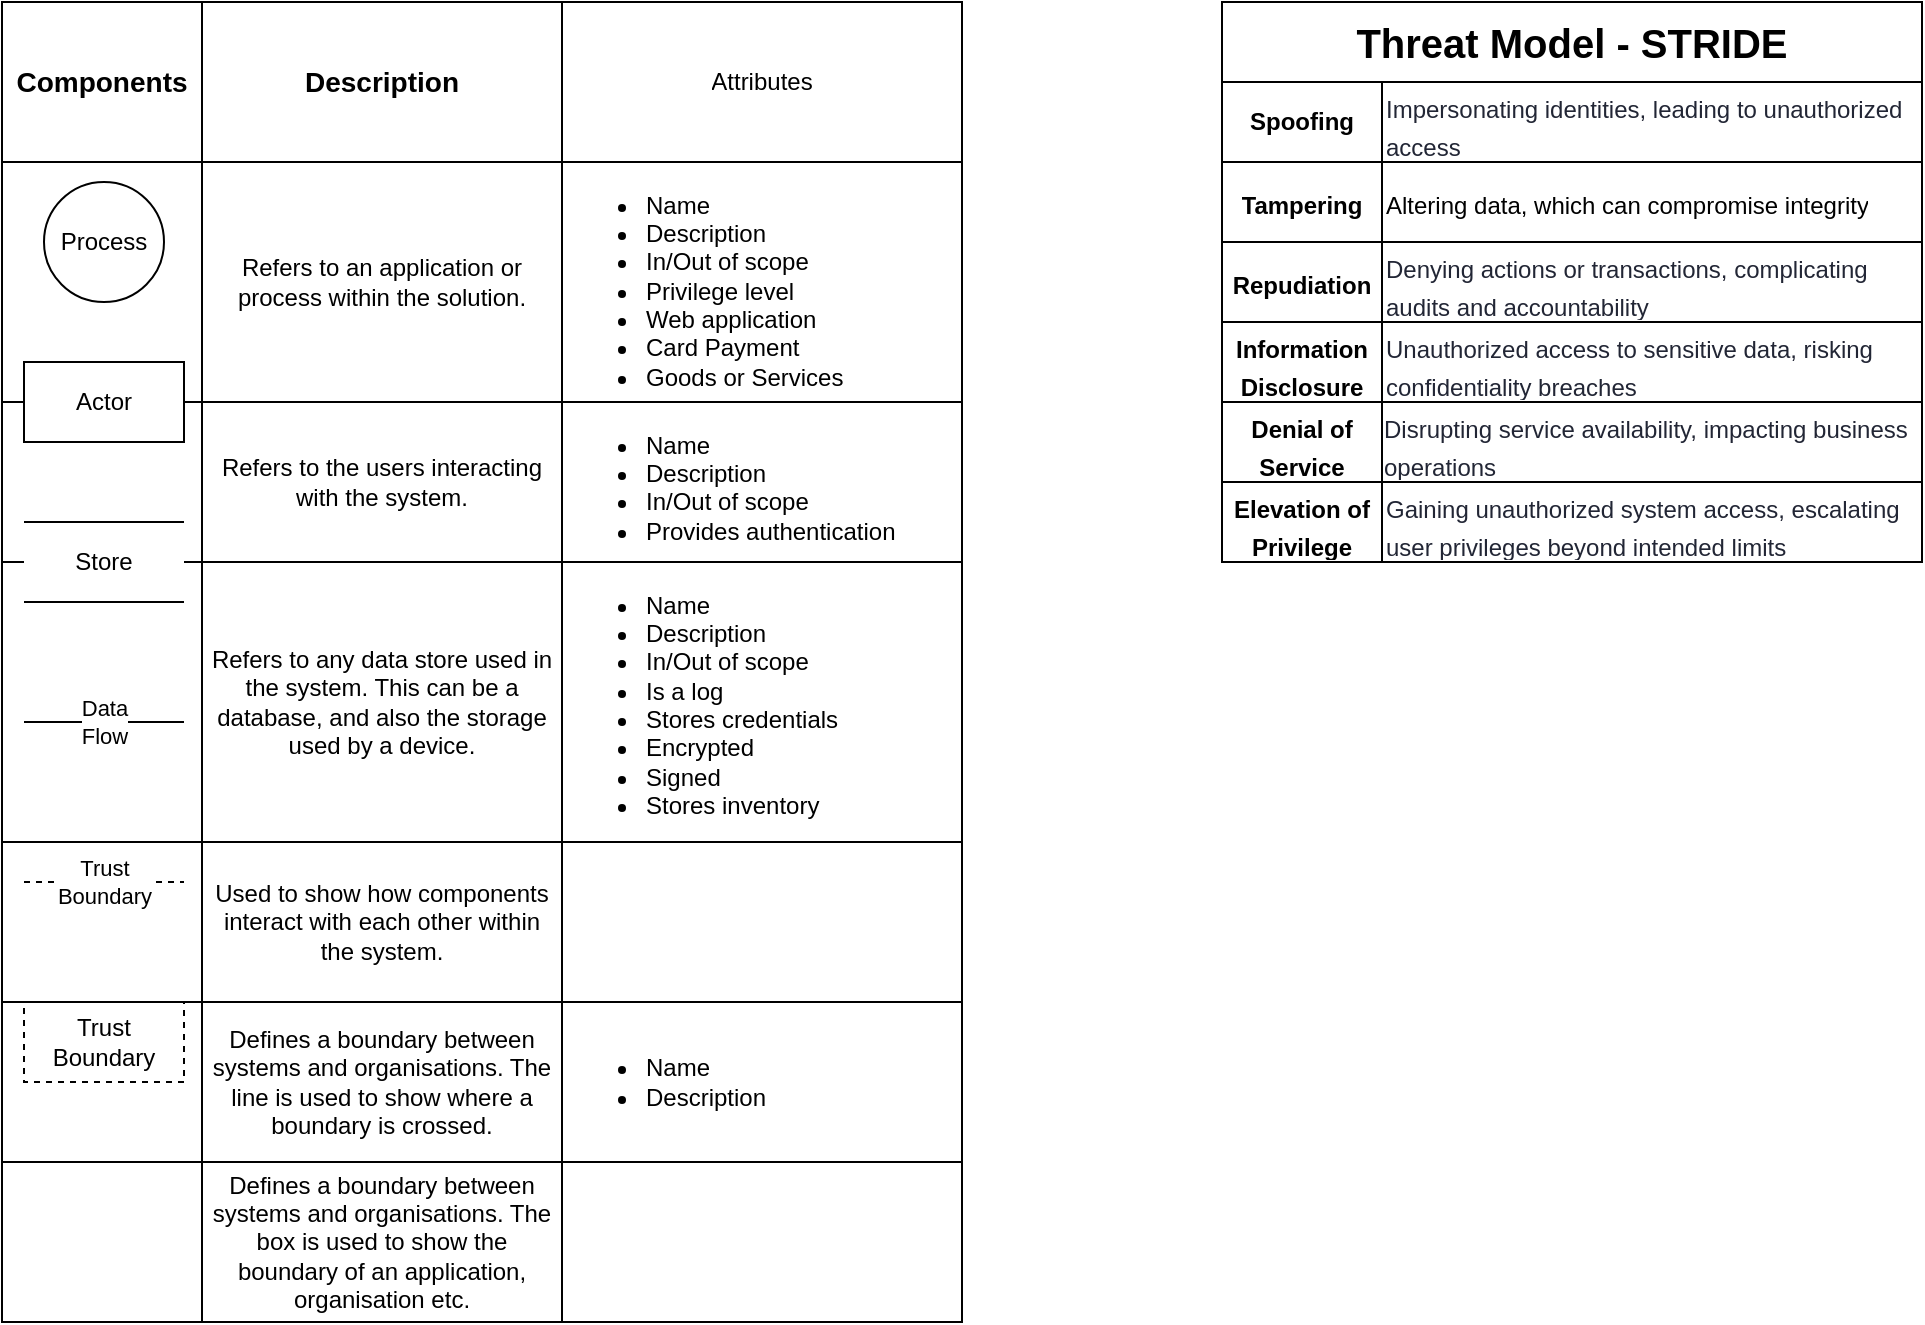
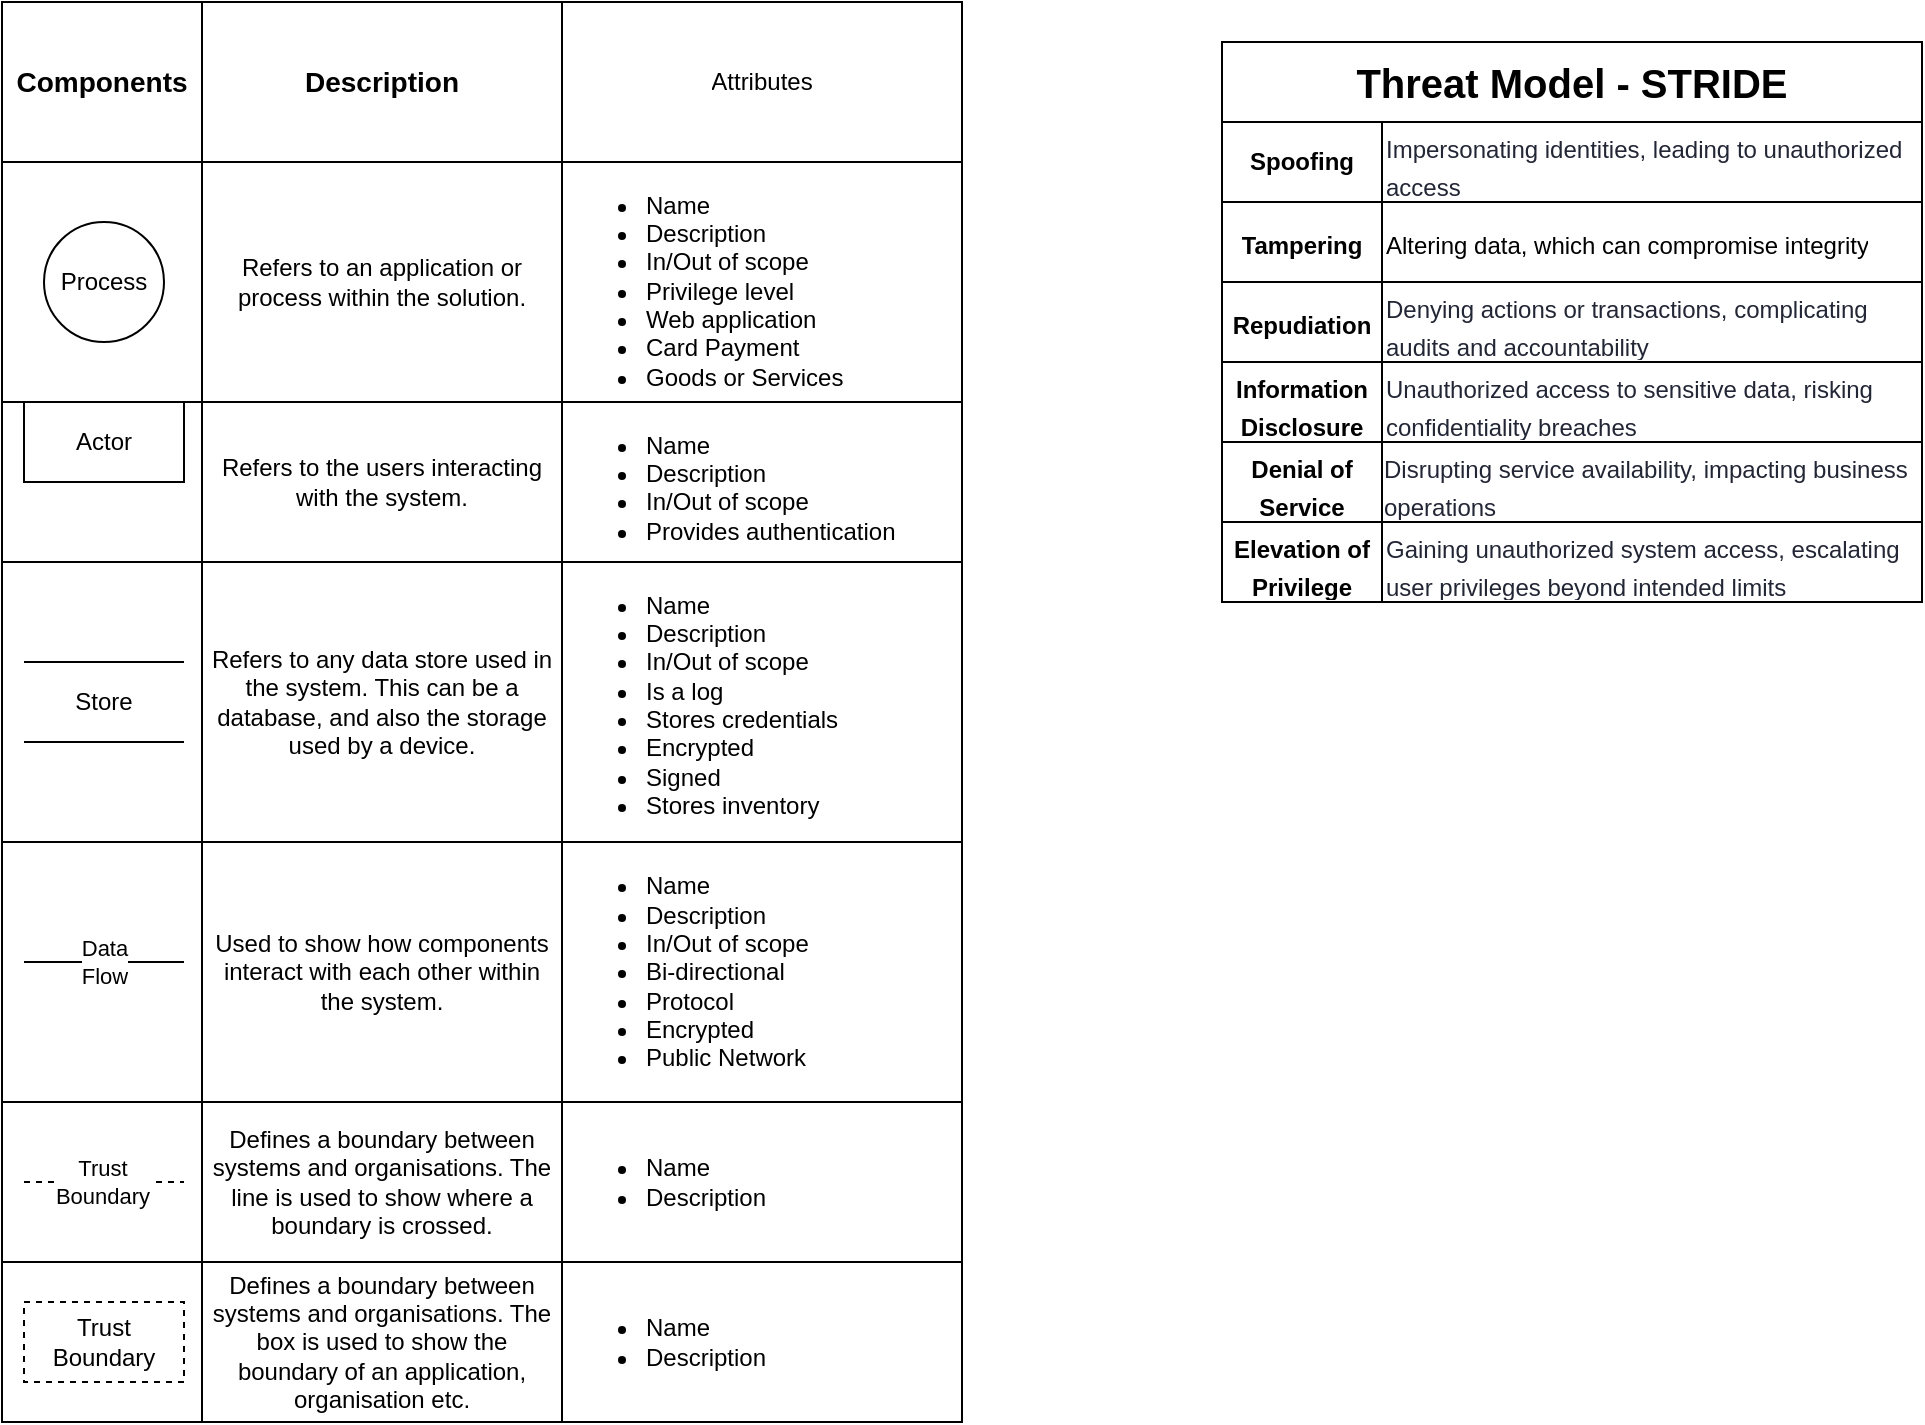
<mxfile host="app.diagrams.net">
  <diagram name="Page-1" id="LUfYaMOZ5GPox6UbmhKn">
    <mxGraphModel dx="1003" dy="679" grid="1" gridSize="10" guides="1" tooltips="1" connect="1" arrows="1" fold="1" page="1" pageScale="1" pageWidth="1169" pageHeight="827" math="0" shadow="0">
      <root>
        <mxCell id="0" />
        <mxCell id="1" parent="0" />
        <mxCell id="i9MEZxg4KkeJskCu2APN-4" parent="1" style="shape=table;startSize=0;container=1;collapsible=0;childLayout=tableLayout;fixedHeader=1;align=left;verticalAlign=top;" value="" vertex="1">
-           <mxGeometry height="660" width="480" x="40" y="40" as="geometry" />
+           <mxGeometry height="710" width="480" x="40" y="20" as="geometry" />
        </mxCell>
        <mxCell id="EMhIjtj1n61WMu614l9y-35" parent="i9MEZxg4KkeJskCu2APN-4" style="shape=tableRow;horizontal=0;startSize=0;swimlaneHead=0;swimlaneBody=0;strokeColor=inherit;top=0;left=0;bottom=0;right=0;collapsible=0;dropTarget=0;fillColor=none;points=[[0,0.5],[1,0.5]];portConstraint=eastwest;fixedHeader=1;" vertex="1">
          <mxGeometry height="80" width="480" as="geometry" />
        </mxCell>
        <mxCell id="EMhIjtj1n61WMu614l9y-36" parent="EMhIjtj1n61WMu614l9y-35" style="shape=partialRectangle;html=1;whiteSpace=wrap;connectable=0;strokeColor=inherit;overflow=hidden;fillColor=none;top=0;left=0;bottom=0;right=0;pointerEvents=1;" value="&lt;b&gt;&lt;font style=&quot;font-size: 14px;&quot;&gt;Components&lt;/font&gt;&lt;/b&gt;" vertex="1">
          <mxGeometry height="80" width="100" as="geometry">
            <mxRectangle height="80" width="100" as="alternateBounds" />
          </mxGeometry>
        </mxCell>
        <mxCell id="EMhIjtj1n61WMu614l9y-37" parent="EMhIjtj1n61WMu614l9y-35" style="shape=partialRectangle;html=1;whiteSpace=wrap;connectable=0;strokeColor=inherit;overflow=hidden;fillColor=none;top=0;left=0;bottom=0;right=0;pointerEvents=1;" value="&lt;font style=&quot;font-size: 14px;&quot;&gt;&lt;b&gt;Description&lt;/b&gt;&lt;/font&gt;" vertex="1">
          <mxGeometry height="80" width="180" x="100" as="geometry">
            <mxRectangle height="80" width="180" as="alternateBounds" />
          </mxGeometry>
        </mxCell>
        <mxCell id="EMhIjtj1n61WMu614l9y-38" parent="EMhIjtj1n61WMu614l9y-35" style="shape=partialRectangle;html=1;whiteSpace=wrap;connectable=0;strokeColor=inherit;overflow=hidden;fillColor=none;top=0;left=0;bottom=0;right=0;pointerEvents=1;" value="Attributes" vertex="1">
          <mxGeometry height="80" width="200" x="280" as="geometry">
            <mxRectangle height="80" width="200" as="alternateBounds" />
          </mxGeometry>
        </mxCell>
        <mxCell id="EMhIjtj1n61WMu614l9y-27" parent="i9MEZxg4KkeJskCu2APN-4" style="shape=tableRow;horizontal=0;startSize=0;swimlaneHead=0;swimlaneBody=0;strokeColor=inherit;top=0;left=0;bottom=0;right=0;collapsible=0;dropTarget=0;fillColor=none;points=[[0,0.5],[1,0.5]];portConstraint=eastwest;fixedHeader=1;" value="" vertex="1">
          <mxGeometry height="120" width="480" y="80" as="geometry" />
        </mxCell>
        <mxCell id="EMhIjtj1n61WMu614l9y-28" parent="EMhIjtj1n61WMu614l9y-27" style="shape=partialRectangle;html=1;whiteSpace=wrap;connectable=0;strokeColor=inherit;overflow=hidden;fillColor=none;top=0;left=0;bottom=0;right=0;pointerEvents=1;" value="" vertex="1">
          <mxGeometry height="120" width="100" as="geometry">
            <mxRectangle height="120" width="100" as="alternateBounds" />
          </mxGeometry>
        </mxCell>
        <mxCell id="EMhIjtj1n61WMu614l9y-29" parent="EMhIjtj1n61WMu614l9y-27" style="shape=partialRectangle;html=1;whiteSpace=wrap;connectable=0;strokeColor=inherit;overflow=hidden;fillColor=none;top=0;left=0;bottom=0;right=0;pointerEvents=1;" value="Refers to an application or process within the solution." vertex="1">
          <mxGeometry height="120" width="180" x="100" as="geometry">
            <mxRectangle height="120" width="180" as="alternateBounds" />
          </mxGeometry>
        </mxCell>
        <mxCell id="EMhIjtj1n61WMu614l9y-30" parent="EMhIjtj1n61WMu614l9y-27" style="shape=partialRectangle;html=1;whiteSpace=wrap;connectable=0;strokeColor=inherit;overflow=hidden;fillColor=none;top=0;left=0;bottom=0;right=0;pointerEvents=1;align=left;verticalAlign=middle;" value="&lt;ul&gt;&lt;li&gt;&lt;font style=&quot;font-size: 12px;&quot;&gt;Name&lt;br&gt;&lt;/font&gt;&lt;/li&gt;&lt;li&gt;&lt;font style=&quot;font-size: 12px;&quot;&gt;Description&lt;br&gt;&lt;/font&gt;&lt;/li&gt;&lt;li&gt;&lt;font style=&quot;font-size: 12px;&quot;&gt;In/Out of scope&lt;br&gt;&lt;/font&gt;&lt;/li&gt;&lt;li&gt;&lt;font style=&quot;font-size: 12px;&quot;&gt;Privilege level&lt;br&gt;&lt;/font&gt;&lt;/li&gt;&lt;li&gt;&lt;font style=&quot;font-size: 12px;&quot;&gt;Web application&lt;br&gt;&lt;/font&gt;&lt;/li&gt;&lt;li&gt;&lt;font style=&quot;font-size: 12px;&quot;&gt;Card Payment&lt;br&gt;&lt;/font&gt;&lt;/li&gt;&lt;li&gt;&lt;font style=&quot;font-size: 12px;&quot;&gt;Goods or Services&lt;/font&gt;&lt;br&gt;&lt;/li&gt;&lt;/ul&gt;" vertex="1">
          <mxGeometry height="120" width="200" x="280" as="geometry">
            <mxRectangle height="120" width="200" as="alternateBounds" />
          </mxGeometry>
        </mxCell>
        <mxCell id="i9MEZxg4KkeJskCu2APN-5" parent="i9MEZxg4KkeJskCu2APN-4" style="shape=tableRow;horizontal=0;startSize=0;swimlaneHead=0;swimlaneBody=0;strokeColor=inherit;top=0;left=0;bottom=0;right=0;collapsible=0;dropTarget=0;fillColor=none;points=[[0,0.5],[1,0.5]];portConstraint=eastwest;fixedHeader=1;" value="" vertex="1">
          <mxGeometry height="80" width="480" y="200" as="geometry" />
        </mxCell>
        <mxCell id="i9MEZxg4KkeJskCu2APN-6" parent="i9MEZxg4KkeJskCu2APN-5" style="shape=partialRectangle;html=1;whiteSpace=wrap;connectable=0;strokeColor=inherit;overflow=hidden;fillColor=none;top=0;left=0;bottom=0;right=0;pointerEvents=1;" value="" vertex="1">
          <mxGeometry height="80" width="100" as="geometry">
            <mxRectangle height="80" width="100" as="alternateBounds" />
          </mxGeometry>
        </mxCell>
        <mxCell id="i9MEZxg4KkeJskCu2APN-7" parent="i9MEZxg4KkeJskCu2APN-5" style="shape=partialRectangle;html=1;whiteSpace=wrap;connectable=0;strokeColor=inherit;overflow=hidden;fillColor=none;top=0;left=0;bottom=0;right=0;pointerEvents=1;" value="Refers to the users interacting with the system." vertex="1">
          <mxGeometry height="80" width="180" x="100" as="geometry">
            <mxRectangle height="80" width="180" as="alternateBounds" />
          </mxGeometry>
        </mxCell>
        <mxCell id="EMhIjtj1n61WMu614l9y-5" parent="i9MEZxg4KkeJskCu2APN-5" style="shape=partialRectangle;html=1;whiteSpace=wrap;connectable=0;strokeColor=inherit;overflow=hidden;fillColor=none;top=0;left=0;bottom=0;right=0;pointerEvents=1;align=left;" value="&lt;ul&gt;&lt;li&gt;Name&lt;br&gt;&lt;/li&gt;&lt;li&gt;Description&lt;/li&gt;&lt;li&gt;In/Out of scope&lt;/li&gt;&lt;li&gt;Provides authentication&lt;/li&gt;&lt;/ul&gt;" vertex="1">
          <mxGeometry height="80" width="200" x="280" as="geometry">
            <mxRectangle height="80" width="200" as="alternateBounds" />
          </mxGeometry>
        </mxCell>
        <mxCell id="i9MEZxg4KkeJskCu2APN-8" parent="i9MEZxg4KkeJskCu2APN-4" style="shape=tableRow;horizontal=0;startSize=0;swimlaneHead=0;swimlaneBody=0;strokeColor=inherit;top=0;left=0;bottom=0;right=0;collapsible=0;dropTarget=0;fillColor=none;points=[[0,0.5],[1,0.5]];portConstraint=eastwest;fixedHeader=1;" value="" vertex="1">
          <mxGeometry height="140" width="480" y="280" as="geometry" />
        </mxCell>
        <mxCell id="i9MEZxg4KkeJskCu2APN-9" parent="i9MEZxg4KkeJskCu2APN-8" style="shape=partialRectangle;html=1;whiteSpace=wrap;connectable=0;strokeColor=inherit;overflow=hidden;fillColor=none;top=0;left=0;bottom=0;right=0;pointerEvents=1;" value="" vertex="1">
          <mxGeometry height="140" width="100" as="geometry">
            <mxRectangle height="140" width="100" as="alternateBounds" />
          </mxGeometry>
        </mxCell>
        <mxCell id="i9MEZxg4KkeJskCu2APN-10" parent="i9MEZxg4KkeJskCu2APN-8" style="shape=partialRectangle;html=1;whiteSpace=wrap;connectable=0;strokeColor=inherit;overflow=hidden;fillColor=none;top=0;left=0;bottom=0;right=0;pointerEvents=1;" value="Refers to any data store used in the system. This can be a database, and also the storage used by a device." vertex="1">
          <mxGeometry height="140" width="180" x="100" as="geometry">
            <mxRectangle height="140" width="180" as="alternateBounds" />
          </mxGeometry>
        </mxCell>
        <mxCell id="EMhIjtj1n61WMu614l9y-6" parent="i9MEZxg4KkeJskCu2APN-8" style="shape=partialRectangle;html=1;whiteSpace=wrap;connectable=0;strokeColor=inherit;overflow=hidden;fillColor=none;top=0;left=0;bottom=0;right=0;pointerEvents=1;align=left;" value="&lt;ul&gt;&lt;li&gt;Name&lt;/li&gt;&lt;li&gt;Description&lt;/li&gt;&lt;li&gt;In/Out of scope&lt;/li&gt;&lt;li&gt;Is a log&lt;/li&gt;&lt;li&gt;Stores credentials&lt;/li&gt;&lt;li&gt;Encrypted&lt;/li&gt;&lt;li&gt;Signed&lt;/li&gt;&lt;li&gt;Stores inventory&lt;/li&gt;&lt;/ul&gt;" vertex="1">
          <mxGeometry height="140" width="200" x="280" as="geometry">
            <mxRectangle height="140" width="200" as="alternateBounds" />
          </mxGeometry>
        </mxCell>
        <mxCell id="i9MEZxg4KkeJskCu2APN-11" parent="i9MEZxg4KkeJskCu2APN-4" style="shape=tableRow;horizontal=0;startSize=0;swimlaneHead=0;swimlaneBody=0;strokeColor=inherit;top=0;left=0;bottom=0;right=0;collapsible=0;dropTarget=0;fillColor=none;points=[[0,0.5],[1,0.5]];portConstraint=eastwest;fixedHeader=1;" value="" vertex="1">
-           <mxGeometry height="80" width="480" y="420" as="geometry" />
+           <mxGeometry height="130" width="480" y="420" as="geometry" />
        </mxCell>
        <mxCell id="i9MEZxg4KkeJskCu2APN-12" parent="i9MEZxg4KkeJskCu2APN-11" style="shape=partialRectangle;html=1;whiteSpace=wrap;connectable=0;strokeColor=inherit;overflow=hidden;fillColor=none;top=0;left=0;bottom=0;right=0;pointerEvents=1;" value="" vertex="1">
-           <mxGeometry height="80" width="100" as="geometry">
-             <mxRectangle height="80" width="100" as="alternateBounds" />
+           <mxGeometry height="130" width="100" as="geometry">
+             <mxRectangle height="130" width="100" as="alternateBounds" />
          </mxGeometry>
        </mxCell>
        <mxCell id="i9MEZxg4KkeJskCu2APN-13" parent="i9MEZxg4KkeJskCu2APN-11" style="shape=partialRectangle;html=1;whiteSpace=wrap;connectable=0;strokeColor=inherit;overflow=hidden;fillColor=none;top=0;left=0;bottom=0;right=0;pointerEvents=1;" value="Used to show how components interact with each other within the system." vertex="1">
-           <mxGeometry height="80" width="180" x="100" as="geometry">
-             <mxRectangle height="80" width="180" as="alternateBounds" />
-           </mxGeometry>
-         </mxCell>
-         <mxCell id="EMhIjtj1n61WMu614l9y-7" parent="i9MEZxg4KkeJskCu2APN-11" style="shape=partialRectangle;html=1;whiteSpace=wrap;connectable=0;strokeColor=inherit;overflow=hidden;fillColor=none;top=0;left=0;bottom=0;right=0;pointerEvents=1;" vertex="1">
-           <mxGeometry height="80" width="200" x="280" as="geometry">
-             <mxRectangle height="80" width="200" as="alternateBounds" />
+           <mxGeometry height="130" width="180" x="100" as="geometry">
+             <mxRectangle height="130" width="180" as="alternateBounds" />
+           </mxGeometry>
+         </mxCell>
+         <mxCell id="EMhIjtj1n61WMu614l9y-7" parent="i9MEZxg4KkeJskCu2APN-11" style="shape=partialRectangle;html=1;whiteSpace=wrap;connectable=0;strokeColor=inherit;overflow=hidden;fillColor=none;top=0;left=0;bottom=0;right=0;pointerEvents=1;align=left;" value="&lt;ul&gt;&lt;li&gt;Name&lt;/li&gt;&lt;li&gt;Description&lt;/li&gt;&lt;li&gt;In/Out of scope&lt;/li&gt;&lt;li&gt;Bi-directional&lt;/li&gt;&lt;li&gt;Protocol&lt;/li&gt;&lt;li&gt;Encrypted&lt;/li&gt;&lt;li&gt;Public Network&lt;/li&gt;&lt;/ul&gt;" vertex="1">
+           <mxGeometry height="130" width="200" x="280" as="geometry">
+             <mxRectangle height="130" width="200" as="alternateBounds" />
          </mxGeometry>
        </mxCell>
        <mxCell id="i9MEZxg4KkeJskCu2APN-14" parent="i9MEZxg4KkeJskCu2APN-4" style="shape=tableRow;horizontal=0;startSize=0;swimlaneHead=0;swimlaneBody=0;strokeColor=inherit;top=0;left=0;bottom=0;right=0;collapsible=0;dropTarget=0;fillColor=none;points=[[0,0.5],[1,0.5]];portConstraint=eastwest;fixedHeader=1;" value="" vertex="1">
-           <mxGeometry height="80" width="480" y="500" as="geometry" />
+           <mxGeometry height="80" width="480" y="550" as="geometry" />
        </mxCell>
        <mxCell id="i9MEZxg4KkeJskCu2APN-15" parent="i9MEZxg4KkeJskCu2APN-14" style="shape=partialRectangle;html=1;whiteSpace=wrap;connectable=0;strokeColor=inherit;overflow=hidden;fillColor=none;top=0;left=0;bottom=0;right=0;pointerEvents=1;" value="" vertex="1">
          <mxGeometry height="80" width="100" as="geometry">
            <mxRectangle height="80" width="100" as="alternateBounds" />
          </mxGeometry>
        </mxCell>
        <mxCell id="i9MEZxg4KkeJskCu2APN-16" parent="i9MEZxg4KkeJskCu2APN-14" style="shape=partialRectangle;html=1;whiteSpace=wrap;connectable=0;strokeColor=inherit;overflow=hidden;fillColor=none;top=0;left=0;bottom=0;right=0;pointerEvents=1;" value="Defines a boundary between systems and organisations. The line is used to show where a boundary is crossed." vertex="1">
          <mxGeometry height="80" width="180" x="100" as="geometry">
            <mxRectangle height="80" width="180" as="alternateBounds" />
          </mxGeometry>
        </mxCell>
        <mxCell id="EMhIjtj1n61WMu614l9y-8" parent="i9MEZxg4KkeJskCu2APN-14" style="shape=partialRectangle;html=1;whiteSpace=wrap;connectable=0;strokeColor=inherit;overflow=hidden;fillColor=none;top=0;left=0;bottom=0;right=0;pointerEvents=1;align=left;" value="&lt;ul&gt;&lt;li&gt;Name&lt;br&gt;&lt;/li&gt;&lt;li&gt;Description&lt;br&gt;&lt;/li&gt;&lt;/ul&gt;" vertex="1">
          <mxGeometry height="80" width="200" x="280" as="geometry">
            <mxRectangle height="80" width="200" as="alternateBounds" />
          </mxGeometry>
        </mxCell>
        <mxCell id="i9MEZxg4KkeJskCu2APN-17" parent="i9MEZxg4KkeJskCu2APN-4" style="shape=tableRow;horizontal=0;startSize=0;swimlaneHead=0;swimlaneBody=0;strokeColor=inherit;top=0;left=0;bottom=0;right=0;collapsible=0;dropTarget=0;fillColor=none;points=[[0,0.5],[1,0.5]];portConstraint=eastwest;fixedHeader=1;" value="" vertex="1">
-           <mxGeometry height="80" width="480" y="580" as="geometry" />
+           <mxGeometry height="80" width="480" y="630" as="geometry" />
        </mxCell>
        <mxCell id="i9MEZxg4KkeJskCu2APN-18" parent="i9MEZxg4KkeJskCu2APN-17" style="shape=partialRectangle;html=1;whiteSpace=wrap;connectable=0;strokeColor=inherit;overflow=hidden;fillColor=none;top=0;left=0;bottom=0;right=0;pointerEvents=1;" value="" vertex="1">
          <mxGeometry height="80" width="100" as="geometry">
            <mxRectangle height="80" width="100" as="alternateBounds" />
          </mxGeometry>
        </mxCell>
        <mxCell id="i9MEZxg4KkeJskCu2APN-19" parent="i9MEZxg4KkeJskCu2APN-17" style="shape=partialRectangle;html=1;whiteSpace=wrap;connectable=0;strokeColor=inherit;overflow=hidden;fillColor=none;top=0;left=0;bottom=0;right=0;pointerEvents=1;" value="Defines a boundary between systems and organisations. The box is used to show the boundary of an application, organisation etc." vertex="1">
          <mxGeometry height="80" width="180" x="100" as="geometry">
            <mxRectangle height="80" width="180" as="alternateBounds" />
          </mxGeometry>
        </mxCell>
-         <mxCell id="EMhIjtj1n61WMu614l9y-9" parent="i9MEZxg4KkeJskCu2APN-17" style="shape=partialRectangle;html=1;whiteSpace=wrap;connectable=0;strokeColor=inherit;overflow=hidden;fillColor=none;top=0;left=0;bottom=0;right=0;pointerEvents=1;" vertex="1">
+         <mxCell id="EMhIjtj1n61WMu614l9y-9" parent="i9MEZxg4KkeJskCu2APN-17" style="shape=partialRectangle;html=1;whiteSpace=wrap;connectable=0;strokeColor=inherit;overflow=hidden;fillColor=none;top=0;left=0;bottom=0;right=0;pointerEvents=1;align=left;" value="&lt;div&gt;&lt;ul&gt;&lt;li&gt;Name&lt;br&gt;&lt;/li&gt;&lt;li&gt;Description&lt;br&gt;&lt;/li&gt;&lt;/ul&gt;&lt;/div&gt;" vertex="1">
          <mxGeometry height="80" width="200" x="280" as="geometry">
            <mxRectangle height="80" width="200" as="alternateBounds" />
          </mxGeometry>
        </mxCell>
        <mxCell id="M_fBX4zBRpyhF5hZAxOK-1" parent="1" style="ellipse;whiteSpace=wrap;html=1;direction=west;" value="Process" vertex="1">
          <mxGeometry height="60" width="60" x="61" y="130" as="geometry" />
        </mxCell>
        <mxCell id="M_fBX4zBRpyhF5hZAxOK-2" parent="1" style="rounded=0;whiteSpace=wrap;html=1;" value="Actor" vertex="1">
          <mxGeometry height="40" width="80" x="51" y="220" as="geometry" />
        </mxCell>
        <mxCell id="M_fBX4zBRpyhF5hZAxOK-11" parent="1" style="shape=table;startSize=0;container=1;collapsible=0;childLayout=tableLayout;fontSize=12;" value="" vertex="1">
          <mxGeometry height="280" width="350" x="650" y="40" as="geometry" />
        </mxCell>
        <mxCell id="i9MEZxg4KkeJskCu2APN-1" parent="M_fBX4zBRpyhF5hZAxOK-11" style="shape=tableRow;horizontal=0;startSize=0;swimlaneHead=0;swimlaneBody=0;strokeColor=inherit;top=0;left=0;bottom=0;right=0;collapsible=0;dropTarget=0;fillColor=none;points=[[0,0.5],[1,0.5]];portConstraint=eastwest;fontSize=16;" vertex="1">
          <mxGeometry height="40" width="350" as="geometry" />
        </mxCell>
        <mxCell id="i9MEZxg4KkeJskCu2APN-2" parent="i9MEZxg4KkeJskCu2APN-1" style="shape=partialRectangle;html=1;whiteSpace=wrap;connectable=0;strokeColor=inherit;overflow=hidden;fillColor=none;top=0;left=0;bottom=0;right=0;pointerEvents=1;fontSize=12;rowspan=1;colspan=2;" value="&lt;b&gt;&lt;font style=&quot;font-size: 20px;&quot;&gt;Threat Model - STRIDE&lt;/font&gt;&lt;/b&gt;" vertex="1">
          <mxGeometry height="40" width="350" as="geometry">
            <mxRectangle height="40" width="80" as="alternateBounds" />
          </mxGeometry>
        </mxCell>
        <mxCell id="i9MEZxg4KkeJskCu2APN-3" parent="i9MEZxg4KkeJskCu2APN-1" style="shape=partialRectangle;html=1;whiteSpace=wrap;connectable=0;strokeColor=inherit;overflow=hidden;fillColor=none;top=0;left=0;bottom=0;right=0;pointerEvents=1;fontSize=16;align=left;" vertex="1" visible="0">
          <mxGeometry height="40" width="270" x="80" as="geometry">
            <mxRectangle height="40" width="270" as="alternateBounds" />
          </mxGeometry>
        </mxCell>
        <mxCell id="M_fBX4zBRpyhF5hZAxOK-12" parent="M_fBX4zBRpyhF5hZAxOK-11" style="shape=tableRow;horizontal=0;startSize=0;swimlaneHead=0;swimlaneBody=0;strokeColor=inherit;top=0;left=0;bottom=0;right=0;collapsible=0;dropTarget=0;fillColor=none;points=[[0,0.5],[1,0.5]];portConstraint=eastwest;fontSize=16;" value="" vertex="1">
          <mxGeometry height="40" width="350" y="40" as="geometry" />
        </mxCell>
        <mxCell id="M_fBX4zBRpyhF5hZAxOK-13" parent="M_fBX4zBRpyhF5hZAxOK-12" style="shape=partialRectangle;html=1;whiteSpace=wrap;connectable=0;strokeColor=inherit;overflow=hidden;fillColor=none;top=0;left=0;bottom=0;right=0;pointerEvents=1;fontSize=12;" value="&lt;font&gt;&lt;b&gt;Spoofing&lt;/b&gt;&lt;/font&gt;" vertex="1">
          <mxGeometry height="40" width="80" as="geometry">
            <mxRectangle height="40" width="80" as="alternateBounds" />
          </mxGeometry>
        </mxCell>
        <mxCell id="M_fBX4zBRpyhF5hZAxOK-14" parent="M_fBX4zBRpyhF5hZAxOK-12" style="shape=partialRectangle;html=1;whiteSpace=wrap;connectable=0;strokeColor=inherit;overflow=hidden;fillColor=none;top=0;left=0;bottom=0;right=0;pointerEvents=1;fontSize=16;align=left;" value="&lt;span style=&quot;caret-color: rgb(34, 38, 53); color: rgb(34, 38, 53);&quot;&gt;&lt;font style=&quot;font-size: 12px;&quot;&gt;Impersonating identities, leading to unauthorized access&lt;/font&gt;&lt;/span&gt;" vertex="1">
          <mxGeometry height="40" width="270" x="80" as="geometry">
            <mxRectangle height="40" width="270" as="alternateBounds" />
          </mxGeometry>
        </mxCell>
        <mxCell id="M_fBX4zBRpyhF5hZAxOK-16" parent="M_fBX4zBRpyhF5hZAxOK-11" style="shape=tableRow;horizontal=0;startSize=0;swimlaneHead=0;swimlaneBody=0;strokeColor=inherit;top=0;left=0;bottom=0;right=0;collapsible=0;dropTarget=0;fillColor=none;points=[[0,0.5],[1,0.5]];portConstraint=eastwest;fontSize=16;" value="" vertex="1">
          <mxGeometry height="40" width="350" y="80" as="geometry" />
        </mxCell>
        <mxCell id="M_fBX4zBRpyhF5hZAxOK-17" parent="M_fBX4zBRpyhF5hZAxOK-16" style="shape=partialRectangle;html=1;whiteSpace=wrap;connectable=0;strokeColor=inherit;overflow=hidden;fillColor=none;top=0;left=0;bottom=0;right=0;pointerEvents=1;fontSize=16;" value="&lt;font style=&quot;font-size: 12px;&quot;&gt;&lt;b&gt;Tampering&lt;/b&gt;&lt;/font&gt;" vertex="1">
          <mxGeometry height="40" width="80" as="geometry">
            <mxRectangle height="40" width="80" as="alternateBounds" />
          </mxGeometry>
        </mxCell>
        <mxCell id="M_fBX4zBRpyhF5hZAxOK-18" parent="M_fBX4zBRpyhF5hZAxOK-16" style="shape=partialRectangle;html=1;whiteSpace=wrap;connectable=0;strokeColor=inherit;overflow=hidden;fillColor=none;top=0;left=0;bottom=0;right=0;pointerEvents=1;fontSize=16;align=left;" value="&lt;font style=&quot;font-size: 12px;&quot;&gt;Altering data, which can compromise integrity&lt;/font&gt;" vertex="1">
          <mxGeometry height="40" width="270" x="80" as="geometry">
            <mxRectangle height="40" width="270" as="alternateBounds" />
          </mxGeometry>
        </mxCell>
        <mxCell id="M_fBX4zBRpyhF5hZAxOK-20" parent="M_fBX4zBRpyhF5hZAxOK-11" style="shape=tableRow;horizontal=0;startSize=0;swimlaneHead=0;swimlaneBody=0;strokeColor=inherit;top=0;left=0;bottom=0;right=0;collapsible=0;dropTarget=0;fillColor=none;points=[[0,0.5],[1,0.5]];portConstraint=eastwest;fontSize=16;" value="" vertex="1">
          <mxGeometry height="40" width="350" y="120" as="geometry" />
        </mxCell>
        <mxCell id="M_fBX4zBRpyhF5hZAxOK-21" parent="M_fBX4zBRpyhF5hZAxOK-20" style="shape=partialRectangle;html=1;whiteSpace=wrap;connectable=0;strokeColor=inherit;overflow=hidden;fillColor=none;top=0;left=0;bottom=0;right=0;pointerEvents=1;fontSize=16;" value="&lt;font style=&quot;font-size: 12px;&quot;&gt;&lt;b&gt;Repudiation&lt;/b&gt;&lt;/font&gt;" vertex="1">
          <mxGeometry height="40" width="80" as="geometry">
            <mxRectangle height="40" width="80" as="alternateBounds" />
          </mxGeometry>
        </mxCell>
        <mxCell id="M_fBX4zBRpyhF5hZAxOK-22" parent="M_fBX4zBRpyhF5hZAxOK-20" style="shape=partialRectangle;html=1;whiteSpace=wrap;connectable=0;strokeColor=inherit;overflow=hidden;fillColor=none;top=0;left=0;bottom=0;right=0;pointerEvents=1;fontSize=16;align=left;" value="&lt;span style=&quot;caret-color: rgb(34, 38, 53); color: rgb(34, 38, 53);&quot;&gt;&lt;font style=&quot;font-size: 12px;&quot;&gt;Denying actions or transactions, complicating audits and accountability&lt;/font&gt;&lt;/span&gt;" vertex="1">
          <mxGeometry height="40" width="270" x="80" as="geometry">
            <mxRectangle height="40" width="270" as="alternateBounds" />
          </mxGeometry>
        </mxCell>
        <mxCell id="M_fBX4zBRpyhF5hZAxOK-25" parent="M_fBX4zBRpyhF5hZAxOK-11" style="shape=tableRow;horizontal=0;startSize=0;swimlaneHead=0;swimlaneBody=0;strokeColor=inherit;top=0;left=0;bottom=0;right=0;collapsible=0;dropTarget=0;fillColor=none;points=[[0,0.5],[1,0.5]];portConstraint=eastwest;fontSize=16;" value="" vertex="1">
          <mxGeometry height="40" width="350" y="160" as="geometry" />
        </mxCell>
        <mxCell id="M_fBX4zBRpyhF5hZAxOK-26" parent="M_fBX4zBRpyhF5hZAxOK-25" style="shape=partialRectangle;html=1;whiteSpace=wrap;connectable=0;strokeColor=inherit;overflow=hidden;fillColor=none;top=0;left=0;bottom=0;right=0;pointerEvents=1;fontSize=16;" value="&lt;font style=&quot;font-size: 12px;&quot;&gt;&lt;b&gt;Information Disclosure&lt;/b&gt;&lt;/font&gt;" vertex="1">
          <mxGeometry height="40" width="80" as="geometry">
            <mxRectangle height="40" width="80" as="alternateBounds" />
          </mxGeometry>
        </mxCell>
        <mxCell id="M_fBX4zBRpyhF5hZAxOK-27" parent="M_fBX4zBRpyhF5hZAxOK-25" style="shape=partialRectangle;html=1;whiteSpace=wrap;connectable=0;strokeColor=inherit;overflow=hidden;fillColor=none;top=0;left=0;bottom=0;right=0;pointerEvents=1;fontSize=16;align=left;" value="&lt;span style=&quot;caret-color: rgb(34, 38, 53); color: rgb(34, 38, 53);&quot;&gt;&lt;font style=&quot;font-size: 12px;&quot;&gt;Unauthorized access to sensitive data, risking confidentiality breaches&lt;/font&gt;&lt;/span&gt;" vertex="1">
          <mxGeometry height="40" width="270" x="80" as="geometry">
            <mxRectangle height="40" width="270" as="alternateBounds" />
          </mxGeometry>
        </mxCell>
        <mxCell id="M_fBX4zBRpyhF5hZAxOK-29" parent="M_fBX4zBRpyhF5hZAxOK-11" style="shape=tableRow;horizontal=0;startSize=0;swimlaneHead=0;swimlaneBody=0;strokeColor=inherit;top=0;left=0;bottom=0;right=0;collapsible=0;dropTarget=0;fillColor=none;points=[[0,0.5],[1,0.5]];portConstraint=eastwest;fontSize=16;" value="" vertex="1">
          <mxGeometry height="40" width="350" y="200" as="geometry" />
        </mxCell>
        <mxCell id="M_fBX4zBRpyhF5hZAxOK-30" parent="M_fBX4zBRpyhF5hZAxOK-29" style="shape=partialRectangle;html=1;whiteSpace=wrap;connectable=0;strokeColor=inherit;overflow=hidden;fillColor=none;top=0;left=0;bottom=0;right=0;pointerEvents=1;fontSize=16;" value="&lt;font style=&quot;font-size: 12px;&quot;&gt;&lt;b&gt;Denial of Service&lt;/b&gt;&lt;/font&gt;" vertex="1">
          <mxGeometry height="40" width="80" as="geometry">
            <mxRectangle height="40" width="80" as="alternateBounds" />
          </mxGeometry>
        </mxCell>
        <mxCell id="M_fBX4zBRpyhF5hZAxOK-31" parent="M_fBX4zBRpyhF5hZAxOK-29" style="shape=partialRectangle;html=1;whiteSpace=wrap;connectable=0;strokeColor=inherit;overflow=hidden;fillColor=none;top=0;left=0;bottom=0;right=0;pointerEvents=1;fontSize=16;" value="&lt;div style=&quot;text-align: left;&quot;&gt;&lt;span style=&quot;caret-color: rgb(34, 38, 53); color: rgb(34, 38, 53); font-size: 12px;&quot;&gt;Disrupting service availability, impacting business operations&lt;/span&gt;&lt;/div&gt;" vertex="1">
          <mxGeometry height="40" width="270" x="80" as="geometry">
            <mxRectangle height="40" width="270" as="alternateBounds" />
          </mxGeometry>
        </mxCell>
        <mxCell id="M_fBX4zBRpyhF5hZAxOK-33" parent="M_fBX4zBRpyhF5hZAxOK-11" style="shape=tableRow;horizontal=0;startSize=0;swimlaneHead=0;swimlaneBody=0;strokeColor=inherit;top=0;left=0;bottom=0;right=0;collapsible=0;dropTarget=0;fillColor=none;points=[[0,0.5],[1,0.5]];portConstraint=eastwest;fontSize=16;" value="" vertex="1">
          <mxGeometry height="40" width="350" y="240" as="geometry" />
        </mxCell>
        <mxCell id="M_fBX4zBRpyhF5hZAxOK-34" parent="M_fBX4zBRpyhF5hZAxOK-33" style="shape=partialRectangle;html=1;whiteSpace=wrap;connectable=0;strokeColor=inherit;overflow=hidden;fillColor=none;top=0;left=0;bottom=0;right=0;pointerEvents=1;fontSize=16;" value="&lt;font style=&quot;font-size: 12px;&quot;&gt;&lt;b&gt;Elevation of Privilege&lt;/b&gt;&lt;/font&gt;" vertex="1">
          <mxGeometry height="40" width="80" as="geometry">
            <mxRectangle height="40" width="80" as="alternateBounds" />
          </mxGeometry>
        </mxCell>
        <mxCell id="M_fBX4zBRpyhF5hZAxOK-35" parent="M_fBX4zBRpyhF5hZAxOK-33" style="shape=partialRectangle;html=1;whiteSpace=wrap;connectable=0;strokeColor=inherit;overflow=hidden;fillColor=none;top=0;left=0;bottom=0;right=0;pointerEvents=1;fontSize=16;align=left;" value="&lt;span style=&quot;caret-color: rgb(34, 38, 53); color: rgb(34, 38, 53);&quot;&gt;&lt;font style=&quot;font-size: 12px;&quot; face=&quot;Helvetica&quot;&gt;Gaining unauthorized system access, escalating user privileges beyond intended limits&lt;/font&gt;&lt;/span&gt;" vertex="1">
          <mxGeometry height="40" width="270" x="80" as="geometry">
            <mxRectangle height="40" width="270" as="alternateBounds" />
          </mxGeometry>
        </mxCell>
        <mxCell id="M_fBX4zBRpyhF5hZAxOK-7" edge="1" parent="1" style="endArrow=none;html=1;rounded=0;" value="Data&lt;div&gt;Flow&lt;/div&gt;">
          <mxGeometry height="50" relative="1" width="50" as="geometry">
-             <mxPoint x="51" y="400" as="sourcePoint" />
-             <mxPoint x="131" y="400" as="targetPoint" />
+             <mxPoint x="51" y="500" as="sourcePoint" />
+             <mxPoint x="131" y="500" as="targetPoint" />
          </mxGeometry>
        </mxCell>
        <mxCell id="M_fBX4zBRpyhF5hZAxOK-8" edge="1" parent="1" style="endArrow=none;dashed=1;html=1;rounded=0;" value="Trust&lt;div&gt;Boundary&lt;/div&gt;">
-           <mxGeometry height="50" relative="1" width="50" as="geometry">
-             <mxPoint x="51" y="480" as="sourcePoint" />
-             <mxPoint x="131" y="480" as="targetPoint" />
+           <mxGeometry height="50" relative="1" width="50" x="-0.025" as="geometry">
+             <mxPoint as="offset" />
+             <mxPoint x="51" y="610" as="sourcePoint" />
+             <mxPoint x="131" y="610" as="targetPoint" />
          </mxGeometry>
        </mxCell>
        <mxCell id="M_fBX4zBRpyhF5hZAxOK-10" parent="1" style="rounded=0;whiteSpace=wrap;html=1;fillColor=none;dashed=1;" value="Trust Boundary" vertex="1">
-           <mxGeometry height="40" width="80" x="51" y="540" as="geometry" />
+           <mxGeometry height="40" width="80" x="51" y="670" as="geometry" />
        </mxCell>
        <mxCell id="EMhIjtj1n61WMu614l9y-4" connectable="0" parent="1" style="group" value="" vertex="1">
-           <mxGeometry height="40" width="80" x="51" y="300" as="geometry" />
+           <mxGeometry height="40" width="80" x="51" y="350" as="geometry" />
        </mxCell>
        <mxCell id="M_fBX4zBRpyhF5hZAxOK-3" parent="EMhIjtj1n61WMu614l9y-4" style="rounded=0;whiteSpace=wrap;html=1;strokeColor=none;" value="Store" vertex="1">
          <mxGeometry height="40" width="80" as="geometry" />
        </mxCell>
        <mxCell id="M_fBX4zBRpyhF5hZAxOK-4" edge="1" parent="EMhIjtj1n61WMu614l9y-4" source="M_fBX4zBRpyhF5hZAxOK-3" style="endArrow=none;html=1;rounded=0;exitX=0;exitY=0;exitDx=0;exitDy=0;entryX=1;entryY=0;entryDx=0;entryDy=0;" target="M_fBX4zBRpyhF5hZAxOK-3" value="">
          <mxGeometry height="50" relative="1" width="50" as="geometry">
            <mxPoint x="200" y="106.66666666666663" as="sourcePoint" />
            <mxPoint x="53.33333333333333" as="targetPoint" />
          </mxGeometry>
        </mxCell>
        <mxCell id="M_fBX4zBRpyhF5hZAxOK-5" edge="1" parent="EMhIjtj1n61WMu614l9y-4" style="endArrow=none;html=1;rounded=0;exitX=0;exitY=0;exitDx=0;exitDy=0;entryX=1;entryY=0;entryDx=0;entryDy=0;" value="">
          <mxGeometry height="50" relative="1" width="50" as="geometry">
            <mxPoint y="40" as="sourcePoint" />
            <mxPoint x="80" y="40" as="targetPoint" />
          </mxGeometry>
        </mxCell>
      </root>
    </mxGraphModel>
  </diagram>
</mxfile>
